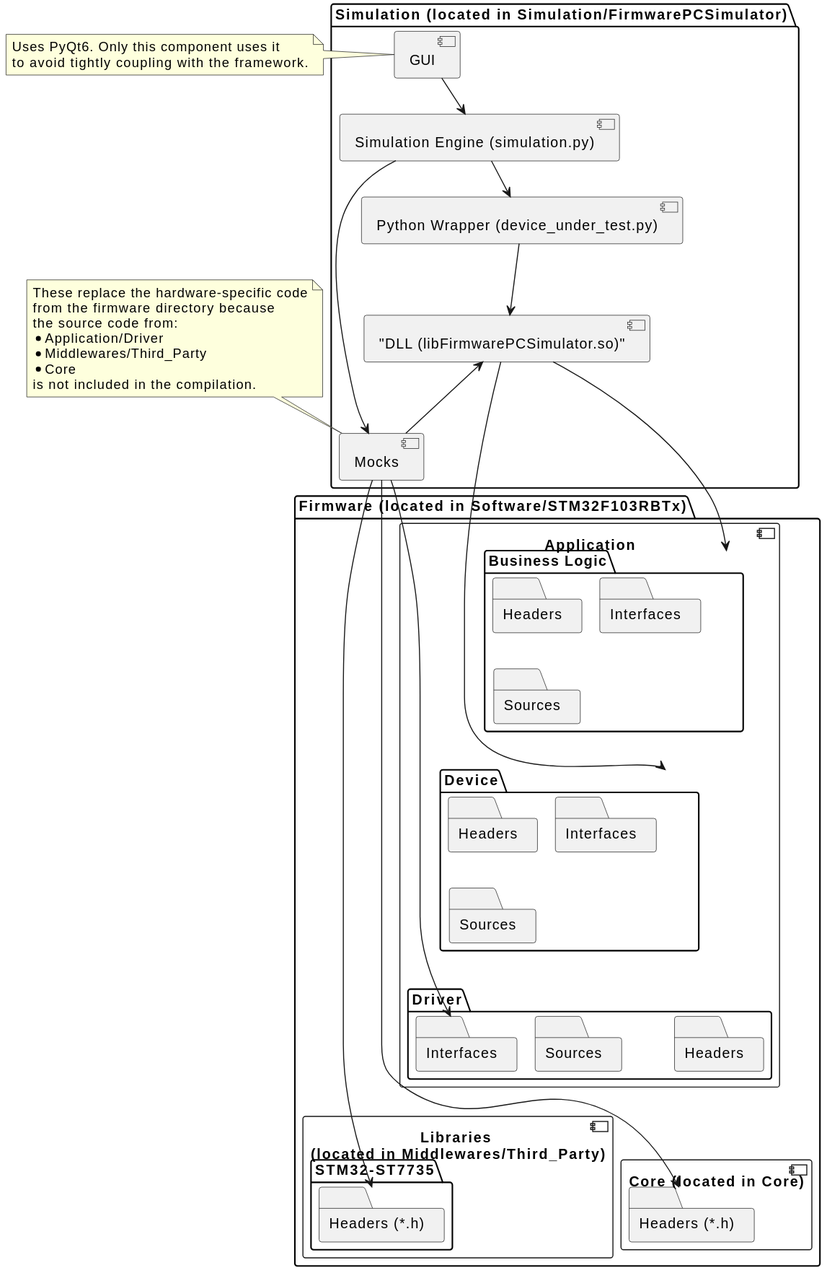
Before: Documentation/Diagrams/PCSimulationComponentDiagram.svg, a diagram exported from PlantUML (RobertGawron/HardwareDataLogger).
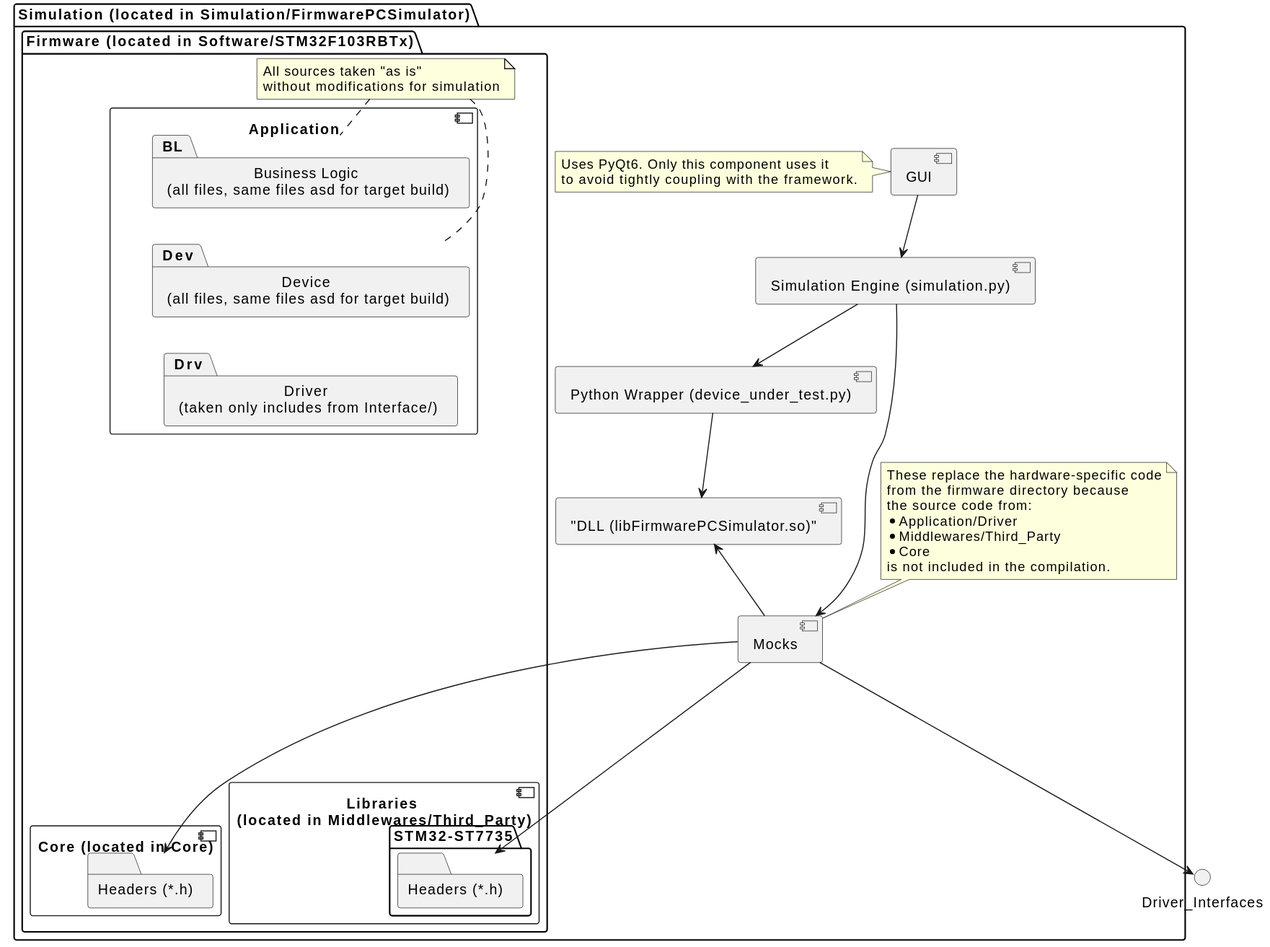
The same file after the commit.

Diff of the diagram source:
```diff
@@ -7,65 +7,63 @@
   [Python Wrapper (device_under_test.py)] --> ["DLL (libFirmwarePCSimulator.so)"]
   [Simulation Engine (simulation.py)] --> [Mocks]
   [Mocks] -up-> ["DLL (libFirmwarePCSimulator.so)"]
+
+    package "Firmware (located in Software/STM32F103RBTx)" {
+      component "Application" {
+        package "Business Logic\n (all files, same files asd for target build)" as BL {
+        }
+        package "Device\n (all files, same files asd for target build)" as Dev {
+        }
+        package "Driver\n (taken only includes from Interface/)" as Drv {
+
+        }
+        BL -[hidden]down- Dev
+        Dev -[hidden]down- Drv
+      }
+
+      note as REUSABILITY
+      All sources taken "as is"
+      without modifications for simulation
+      end note
+
+REUSABILITY .. Dev
+REUSABILITY .. BL
+
+
+      component "Libraries \n(located in Middlewares/Third_Party)" {
+        package "STM32-ST7735" {
+          folder "Headers (*.h)" as STM32_ST7735_Headers
+        }
+      }
+
+      component "Core (located in Core)" {
+        folder "Headers (*.h)" as Core_Headers
+      }
+
+      "Application" -[hidden]down-------- "Libraries \n(located in Middlewares/Third_Party)"
+      "Application" -[hidden]down-------- "Core (located in Core)"
+    }
+
+
+
+
+  note left of [GUI]
+  Uses PyQt6. Only this component uses it
+  to avoid tightly coupling with the framework.
+  end note
+
+  note top of [Mocks]
+  These replace the hardware-specific code
+  from the firmware directory because
+  the source code from:
+  * Application/Driver
+  * Middlewares/Third_Party
+  * Core
+  is not included in the compilation.
+  end note
 }
 
-package "Firmware (located in Software/STM32F103RBTx)" {
-  component "Application" {
-    package "Business Logic" as BL {
-      folder "Headers" as BusinessLogic_Headers
-      folder "Interfaces" as BusinessLogic_Interfaces
-      folder "Sources" as BusinessLogic_Sources
-    }
-
-    package "Device" as Dev {
-      folder "Headers" as Device_Headers
-      folder "Interfaces" as Device_Interfaces
-      folder "Sources" as Device_Sources
-    }
-    package "Driver" as Drv {
-      folder "Headers" as Driver_Headers
-      folder "Interfaces" as Driver_Interfaces
-      folder "Sources" as Driver_Sources
-    }
-
-    BL -[hidden]down--- Dev
-    Dev -[hidden]down--- Drv
-  }
-
-  component "Libraries \n(located in Middlewares/Third_Party)" {
-    package "STM32-ST7735" {
-      folder "Headers (*.h)" as STM32_ST7735_Headers
-    }
-  }
-
-  component "Core (located in Core)" {
-    folder "Headers (*.h)" as Core_Headers
-  }
-
-  "Application" -[hidden]down-------- "Libraries \n(located in Middlewares/Third_Party)"
-  "Application" -[hidden]down-------- "Core (located in Core)"
-}
-
-
-["DLL (libFirmwarePCSimulator.so)"] -down--> BL
-["DLL (libFirmwarePCSimulator.so)"] -down--> Dev
 [Mocks] -down----> Driver_Interfaces
 [Mocks] -down----> Core_Headers
 [Mocks] -down---> STM32_ST7735_Headers
-
-note left of [GUI]
-Uses PyQt6. Only this component uses it
-to avoid tightly coupling with the framework.
-end note
-
-
-note top of [Mocks]
-These replace the hardware-specific code
-from the firmware directory because
-the source code from:
-* Application/Driver
-* Middlewares/Third_Party
-* Core
-is not included in the compilation.
-end note
 @enduml
```
